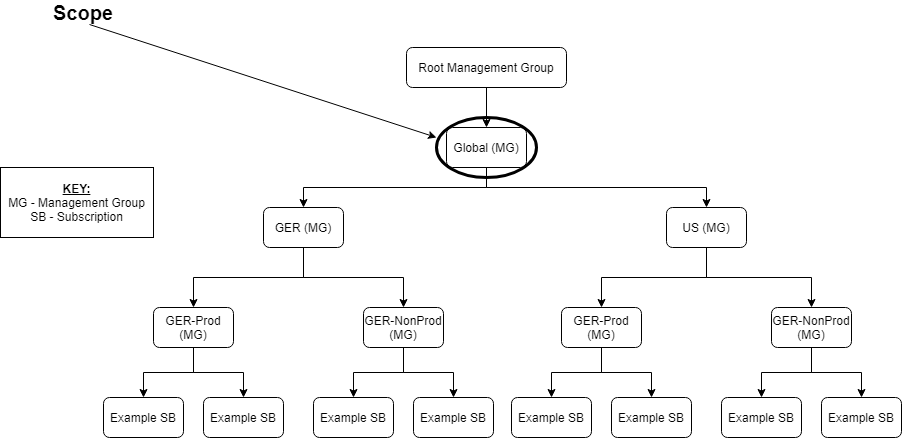
Above: Releases/FindAllSubscriptionsUnderManagementGroup/FindAllSubscriptionsUnderManagementGroup-ExampleArchitecture.png in luketylerwilliams/AzureDev (draw.io), before the change. Source tidied: cells renumbered, new cells last; positions are measured from the earlier drawing's top-left corner, leaving out a move shared by most shapes.
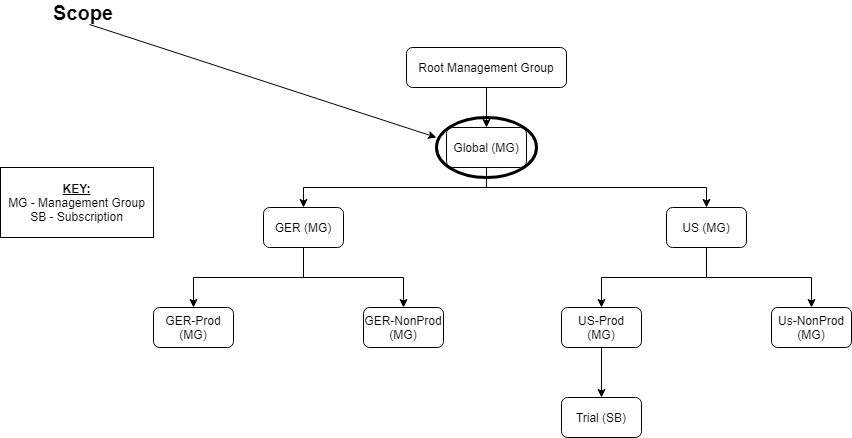
After the change.

The edit, as a diff of the source:
```diff
@@ -11,12 +11,6 @@
     <mxCell id="4" value="Global (MG)" style="rounded=1;whiteSpace=wrap;html=1;" parent="1" vertex="1">
       <mxGeometry x="446" y="125" width="80" height="40" as="geometry" />
     </mxCell>
-    <mxCell id="5" style="edgeStyle=orthogonalEdgeStyle;rounded=0;jettySize=auto;html=1;exitX=0.5;exitY=1;exitDx=0;exitDy=0;entryX=0.5;entryY=0;entryDx=0;entryDy=0;" parent="1" edge="1" source="7" target="14">
-      <mxGeometry relative="1" as="geometry" />
-    </mxCell>
-    <mxCell id="6" style="edgeStyle=orthogonalEdgeStyle;rounded=0;jettySize=auto;html=1;exitX=0.5;exitY=1;exitDx=0;exitDy=0;entryX=0.5;entryY=0;entryDx=0;entryDy=0;" parent="1" edge="1" source="7" target="15">
-      <mxGeometry relative="1" as="geometry" />
-    </mxCell>
     <mxCell id="7" value="&lt;div&gt;GER&lt;span&gt;-NonProd&lt;/span&gt;&lt;/div&gt;&lt;div&gt;(MG)&lt;/div&gt;" style="rounded=1;whiteSpace=wrap;html=1;" parent="1" vertex="1">
       <mxGeometry x="363" y="305" width="80" height="40" as="geometry" />
     </mxCell>
@@ -38,12 +32,6 @@
     <mxCell id="13" value="US&amp;nbsp;(MG)" style="rounded=1;whiteSpace=wrap;html=1;" parent="1" vertex="1">
       <mxGeometry x="666" y="205" width="80" height="40" as="geometry" />
     </mxCell>
-    <mxCell id="14" value="Example SB" style="rounded=1;whiteSpace=wrap;html=1;" parent="1" vertex="1">
-      <mxGeometry x="413" y="395" width="80" height="40" as="geometry" />
-    </mxCell>
-    <mxCell id="15" value="Example SB" style="rounded=1;whiteSpace=wrap;html=1;" parent="1" vertex="1">
-      <mxGeometry x="313" y="395" width="80" height="40" as="geometry" />
-    </mxCell>
     <mxCell id="16" value="Scope" style="text;html=1;strokeColor=none;fillColor=none;align=center;verticalAlign=middle;whiteSpace=wrap;rounded=0;fontStyle=1;fontSize=20;" parent="1" vertex="1">
       <mxGeometry x="63" width="40" height="20" as="geometry" />
     </mxCell>
@@ -53,21 +41,9 @@
     <mxCell id="18" value="Root Management Group" style="rounded=1;whiteSpace=wrap;html=1;" parent="1" vertex="1">
       <mxGeometry x="406" y="45" width="160" height="40" as="geometry" />
     </mxCell>
-    <mxCell id="19" style="edgeStyle=orthogonalEdgeStyle;rounded=0;jettySize=auto;html=1;exitX=0.5;exitY=1;exitDx=0;exitDy=0;entryX=0.5;entryY=0;entryDx=0;entryDy=0;" parent="1" edge="1" source="21" target="22">
-      <mxGeometry relative="1" as="geometry" />
-    </mxCell>
-    <mxCell id="20" style="edgeStyle=orthogonalEdgeStyle;rounded=0;jettySize=auto;html=1;exitX=0.5;exitY=1;exitDx=0;exitDy=0;entryX=0.5;entryY=0;entryDx=0;entryDy=0;" parent="1" edge="1" source="21" target="23">
-      <mxGeometry relative="1" as="geometry" />
-    </mxCell>
     <mxCell id="21" value="&lt;div&gt;GER-Prod&lt;/div&gt;&lt;div&gt;(MG)&lt;/div&gt;" style="rounded=1;whiteSpace=wrap;html=1;" parent="1" vertex="1">
       <mxGeometry x="153" y="305" width="80" height="40" as="geometry" />
     </mxCell>
-    <mxCell id="22" value="Example SB" style="rounded=1;whiteSpace=wrap;html=1;" parent="1" vertex="1">
-      <mxGeometry x="203" y="395" width="80" height="40" as="geometry" />
-    </mxCell>
-    <mxCell id="23" value="Example SB" style="rounded=1;whiteSpace=wrap;html=1;" parent="1" vertex="1">
-      <mxGeometry x="103" y="395" width="80" height="40" as="geometry" />
-    </mxCell>
     <mxCell id="24" style="endArrow=classic;html=1;" parent="1" edge="1">
       <mxGeometry relative="1" as="geometry">
         <mxPoint x="89" y="22" as="sourcePoint" />
@@ -77,35 +53,17 @@
     <mxCell id="25" value="&lt;b&gt;&lt;u&gt;KEY:&lt;br&gt;&lt;/u&gt;&lt;/b&gt;MG - Management Group&lt;br&gt;SB - Subscription" style="text;html=1;fillColor=none;align=center;verticalAlign=middle;whiteSpace=wrap;rounded=0;strokeColor=#000000;" parent="1" vertex="1">
       <mxGeometry y="165" width="153" height="70" as="geometry" />
     </mxCell>
-    <mxCell id="26" style="edgeStyle=orthogonalEdgeStyle;rounded=0;jettySize=auto;html=1;exitX=0.5;exitY=1;exitDx=0;exitDy=0;entryX=0.5;entryY=0;entryDx=0;entryDy=0;" parent="1" edge="1" source="28" target="29">
-      <mxGeometry relative="1" as="geometry" />
-    </mxCell>
-    <mxCell id="27" style="edgeStyle=orthogonalEdgeStyle;rounded=0;jettySize=auto;html=1;exitX=0.5;exitY=1;exitDx=0;exitDy=0;entryX=0.5;entryY=0;entryDx=0;entryDy=0;" parent="1" edge="1" source="28" target="30">
-      <mxGeometry relative="1" as="geometry" />
-    </mxCell>
-    <mxCell id="28" value="&lt;div&gt;GER&lt;span&gt;-NonProd&lt;/span&gt;&lt;/div&gt;&lt;div&gt;(MG)&lt;/div&gt;" style="rounded=1;whiteSpace=wrap;html=1;" parent="1" vertex="1">
+    <mxCell id="28" value="&lt;div&gt;&lt;span&gt;Us-NonProd&lt;/span&gt;&lt;/div&gt;&lt;div&gt;(MG)&lt;/div&gt;" style="rounded=1;whiteSpace=wrap;html=1;" parent="1" vertex="1">
       <mxGeometry x="771" y="305" width="80" height="40" as="geometry" />
     </mxCell>
-    <mxCell id="29" value="Example SB" style="rounded=1;whiteSpace=wrap;html=1;" parent="1" vertex="1">
-      <mxGeometry x="821" y="395" width="80" height="40" as="geometry" />
-    </mxCell>
-    <mxCell id="30" value="Example SB" style="rounded=1;whiteSpace=wrap;html=1;" parent="1" vertex="1">
-      <mxGeometry x="721" y="395" width="80" height="40" as="geometry" />
-    </mxCell>
-    <mxCell id="31" style="edgeStyle=orthogonalEdgeStyle;rounded=0;jettySize=auto;html=1;exitX=0.5;exitY=1;exitDx=0;exitDy=0;entryX=0.5;entryY=0;entryDx=0;entryDy=0;" parent="1" edge="1" source="33" target="34">
-      <mxGeometry relative="1" as="geometry" />
-    </mxCell>
     <mxCell id="32" style="edgeStyle=orthogonalEdgeStyle;rounded=0;jettySize=auto;html=1;exitX=0.5;exitY=1;exitDx=0;exitDy=0;entryX=0.5;entryY=0;entryDx=0;entryDy=0;" parent="1" edge="1" source="33" target="35">
       <mxGeometry relative="1" as="geometry" />
     </mxCell>
-    <mxCell id="33" value="&lt;div&gt;GER-Prod&lt;/div&gt;&lt;div&gt;(MG)&lt;/div&gt;" style="rounded=1;whiteSpace=wrap;html=1;" parent="1" vertex="1">
+    <mxCell id="33" value="&lt;div&gt;US-Prod&lt;/div&gt;&lt;div&gt;(MG)&lt;/div&gt;" style="rounded=1;whiteSpace=wrap;html=1;" parent="1" vertex="1">
       <mxGeometry x="561" y="305" width="80" height="40" as="geometry" />
     </mxCell>
-    <mxCell id="34" value="Example SB" style="rounded=1;whiteSpace=wrap;html=1;" parent="1" vertex="1">
-      <mxGeometry x="611" y="395" width="80" height="40" as="geometry" />
-    </mxCell>
-    <mxCell id="35" value="Example SB" style="rounded=1;whiteSpace=wrap;html=1;" parent="1" vertex="1">
-      <mxGeometry x="511" y="395" width="80" height="40" as="geometry" />
+    <mxCell id="35" value="Trial (SB)" style="rounded=1;whiteSpace=wrap;html=1;" parent="1" vertex="1">
+      <mxGeometry x="561" y="395" width="80" height="40" as="geometry" />
     </mxCell>
     <mxCell id="36" style="ellipse;whiteSpace=wrap;html=1;strokeColor=#000000;fillColor=none;strokeWidth=3;" parent="1" vertex="1">
       <mxGeometry x="436" y="115" width="100" height="60" as="geometry" />
```
